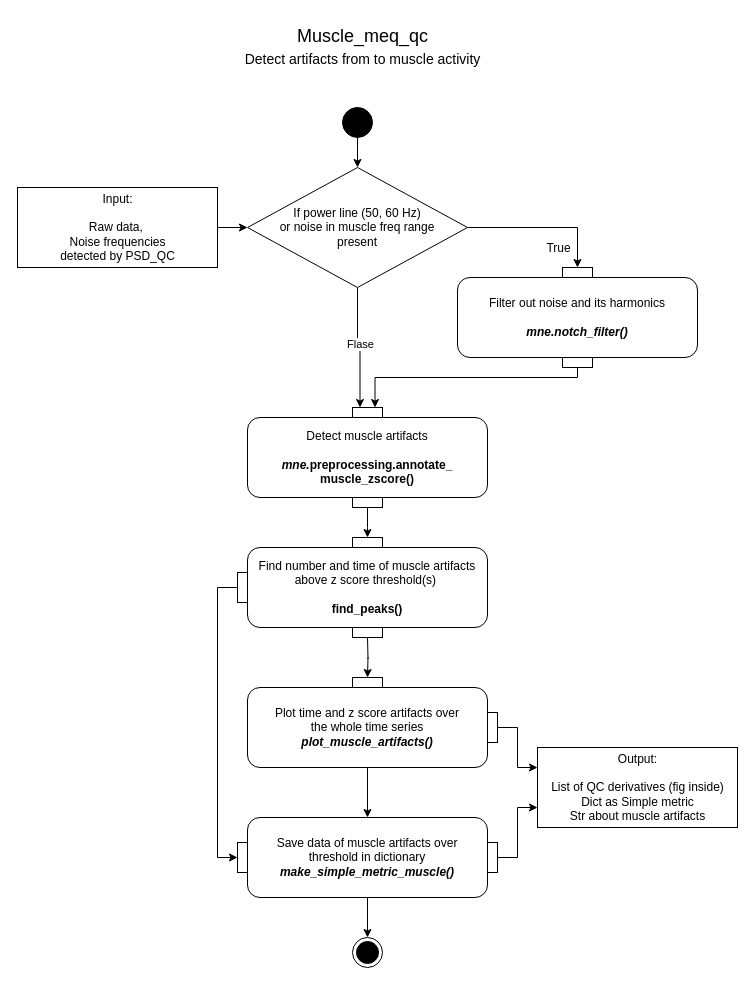
Before: diagrams/_Muscle_UML2.5.drawio in oldgandalf/MEGqcJorge, a draw.io diagram. Source tidied: cells renumbered, new cells numbered last; positions are measured from the earlier drawing's top-left corner, leaving out a move shared by most shapes. Both pictures are drawn from the tidied source at 100%, with x=0, y=0 at pixel (17, 17).
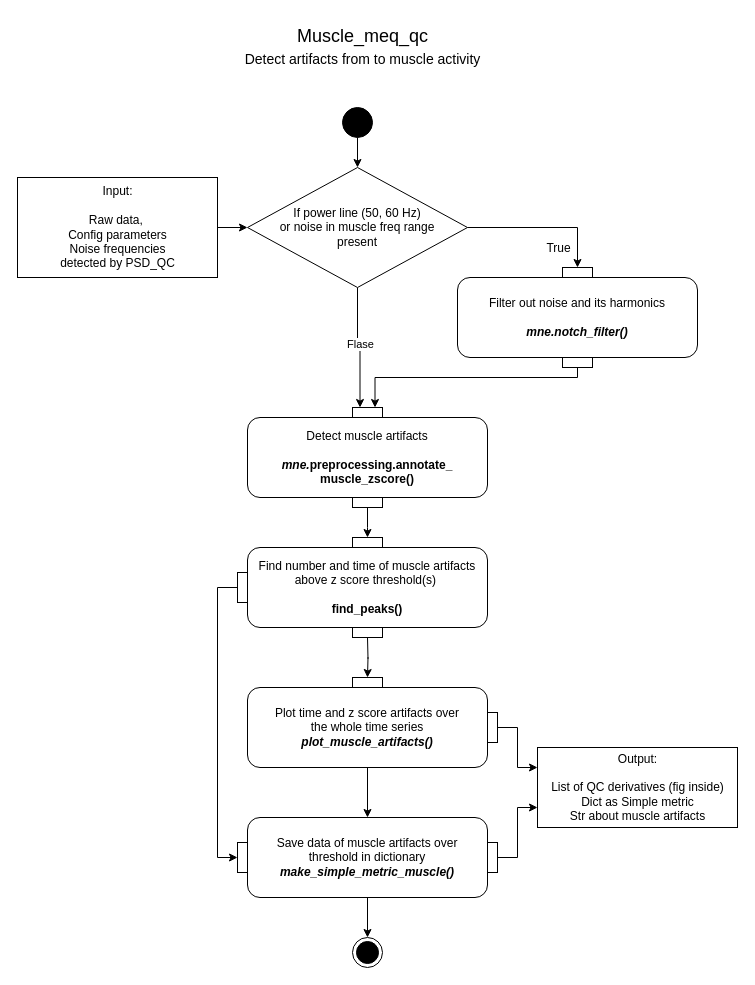
The same page after the edit.

The edit, as a diff of the source:
```diff
@@
-    <mxCell id="9" value="Input:&lt;br&gt;&lt;br&gt;Raw data,&amp;nbsp;&lt;br&gt;Noise frequencies &lt;br&gt;detected by PSD_QC" style="html=1;" parent="1" vertex="1">
-      <mxGeometry y="170" width="200" height="80" as="geometry" />
+    <mxCell id="9" value="Input:&lt;br&gt;&lt;br&gt;Raw data,&amp;nbsp;&lt;br&gt;Config parameters&lt;br&gt;Noise frequencies &lt;br&gt;detected by PSD_QC" style="html=1;" parent="1" vertex="1">
+      <mxGeometry y="160" width="200" height="100" as="geometry" />
     </mxCell>
```
